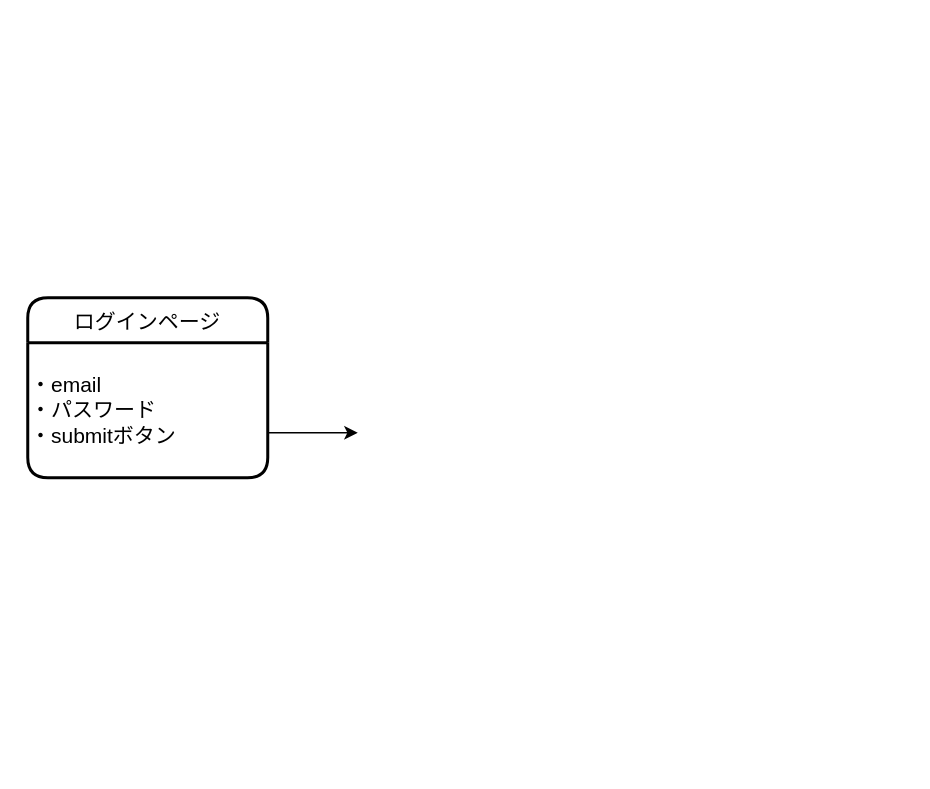
The draw.io diagram Untitled Diagram.drawio in kotahorii/flutter-ui3, before the edit. Source tidied: cells renumbered, new cells numbered last; positions are measured from the earlier drawing's top-left corner, leaving out a move shared by most shapes. Both pictures are drawn from the tidied source at 150%, with x=0, y=0 at pixel (27, 297).
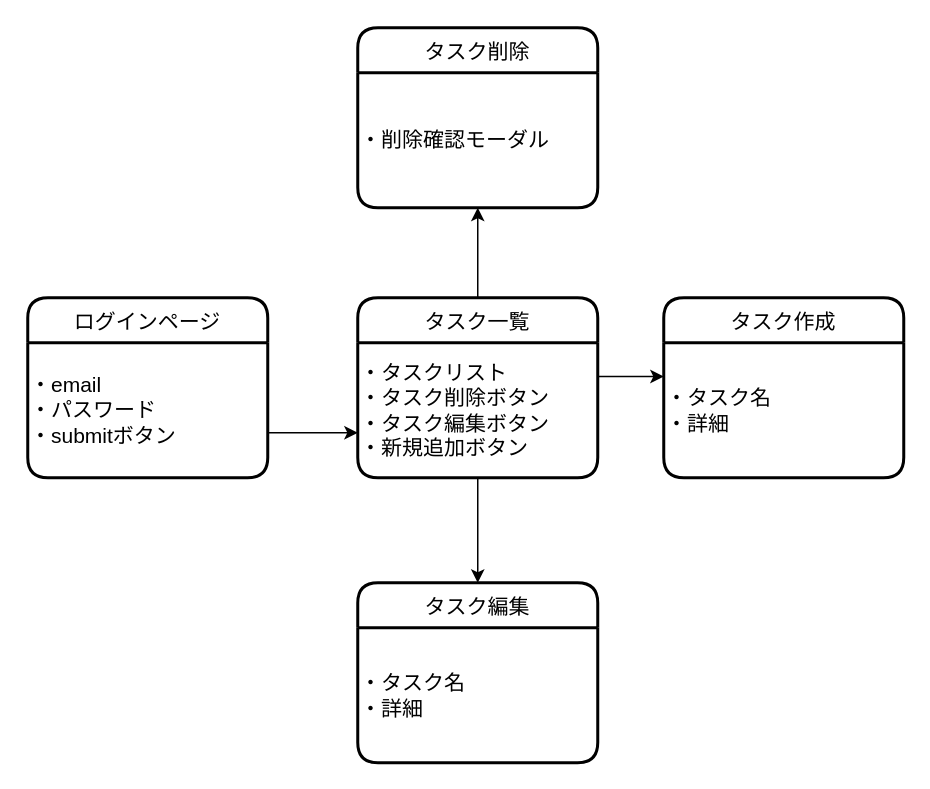
Above is the later version.

The edit, as a diff of the source:
```diff
@@
 <mxGraphModel>
   <root>
     <mxCell id="0" />
     <mxCell id="1" parent="0" />
     <mxCell id="2" value="ログインページ" style="swimlane;horizontal=1;startSize=30;rounded=1;fontSize=14;fontStyle=0;strokeWidth=2;shadow=0;dashed=0;align=center;" parent="1" vertex="1">
       <mxGeometry width="160" height="120" as="geometry" />
     </mxCell>
     <mxCell id="3" value="・email&lt;br&gt;・パスワード&lt;br&gt;・submitボタン" style="text;html=1;strokeColor=none;fillColor=none;align=left;verticalAlign=middle;whiteSpace=wrap;rounded=0;labelBackgroundColor=#ffffff;fontSize=14;" parent="2" vertex="1">
       <mxGeometry y="30" width="160" height="90" as="geometry" />
     </mxCell>
     <mxCell id="4" style="endArrow=classic;html=1;rounded=0;fontSize=14;" parent="1" edge="1">
       <mxGeometry relative="1" as="geometry">
         <mxPoint x="160" y="90" as="sourcePoint" />
         <mxPoint x="220" y="90" as="targetPoint" />
       </mxGeometry>
     </mxCell>
+    <mxCell id="5" value="タスク一覧" style="swimlane;horizontal=1;startSize=30;rounded=1;fontSize=14;fontStyle=0;strokeWidth=2;shadow=0;dashed=0;align=center;" parent="1" vertex="1">
+      <mxGeometry x="220" width="160" height="120" as="geometry" />
+    </mxCell>
+    <mxCell id="6" style="endArrow=classic;html=1;rounded=0;fontSize=14;entryX=0.5;entryY=1;entryDx=0;entryDy=0;exitX=1;exitY=0.25;exitDx=0;exitDy=0;" parent="5" edge="1" target="15">
+      <mxGeometry relative="1" as="geometry">
+        <mxPoint x="80" as="sourcePoint" />
+      </mxGeometry>
+    </mxCell>
+    <mxCell id="7" value="・タスクリスト&lt;br&gt;・タスク削除ボタン&lt;br&gt;・タスク編集ボタン&lt;br&gt;・新規追加ボタン" style="text;html=1;strokeColor=none;fillColor=none;align=left;verticalAlign=middle;whiteSpace=wrap;rounded=0;labelBackgroundColor=#ffffff;fontSize=14;" parent="5" vertex="1">
+      <mxGeometry y="30" width="160" height="90" as="geometry" />
+    </mxCell>
+    <mxCell id="8" value="タスク作成" style="swimlane;horizontal=1;startSize=30;rounded=1;fontSize=14;fontStyle=0;strokeWidth=2;shadow=0;dashed=0;align=center;" parent="1" vertex="1">
+      <mxGeometry x="424" width="160" height="120" as="geometry" />
+    </mxCell>
+    <mxCell id="9" value="・タスク名&lt;br&gt;・詳細" style="text;html=1;strokeColor=none;fillColor=none;align=left;verticalAlign=middle;whiteSpace=wrap;rounded=0;labelBackgroundColor=#ffffff;fontSize=14;" parent="8" vertex="1">
+      <mxGeometry y="30" width="160" height="90" as="geometry" />
+    </mxCell>
+    <mxCell id="10" style="endArrow=classic;html=1;rounded=0;fontSize=14;entryX=0;entryY=0.25;entryDx=0;entryDy=0;exitX=1;exitY=0.25;exitDx=0;exitDy=0;" parent="1" edge="1" source="7" target="9">
+      <mxGeometry relative="1" as="geometry" />
+    </mxCell>
+    <mxCell id="11" style="endArrow=classic;html=1;rounded=0;fontSize=14;exitX=1;exitY=0.25;exitDx=0;exitDy=0;" parent="1" edge="1">
+      <mxGeometry relative="1" as="geometry">
+        <mxPoint x="300" y="120" as="sourcePoint" />
+        <mxPoint x="300" y="190" as="targetPoint" />
+      </mxGeometry>
+    </mxCell>
+    <mxCell id="12" value="タスク編集" style="swimlane;horizontal=1;startSize=30;rounded=1;fontSize=14;fontStyle=0;strokeWidth=2;shadow=0;dashed=0;align=center;" parent="1" vertex="1">
+      <mxGeometry x="220" y="190" width="160" height="120" as="geometry" />
+    </mxCell>
+    <mxCell id="13" value="・タスク名&lt;br&gt;・詳細" style="text;html=1;strokeColor=none;fillColor=none;align=left;verticalAlign=middle;whiteSpace=wrap;rounded=0;labelBackgroundColor=#ffffff;fontSize=14;" parent="12" vertex="1">
+      <mxGeometry y="30" width="160" height="90" as="geometry" />
+    </mxCell>
+    <mxCell id="14" value="タスク削除" style="swimlane;horizontal=1;startSize=30;rounded=1;fontSize=14;fontStyle=0;strokeWidth=2;shadow=0;dashed=0;align=center;" parent="1" vertex="1">
+      <mxGeometry x="220" y="-180" width="160" height="120" as="geometry" />
+    </mxCell>
+    <mxCell id="15" value="・削除確認モーダル" style="text;html=1;strokeColor=none;fillColor=none;align=left;verticalAlign=middle;whiteSpace=wrap;rounded=0;labelBackgroundColor=#ffffff;fontSize=14;" parent="14" vertex="1">
+      <mxGeometry y="30" width="160" height="90" as="geometry" />
+    </mxCell>
   </root>
 </mxGraphModel>
```
